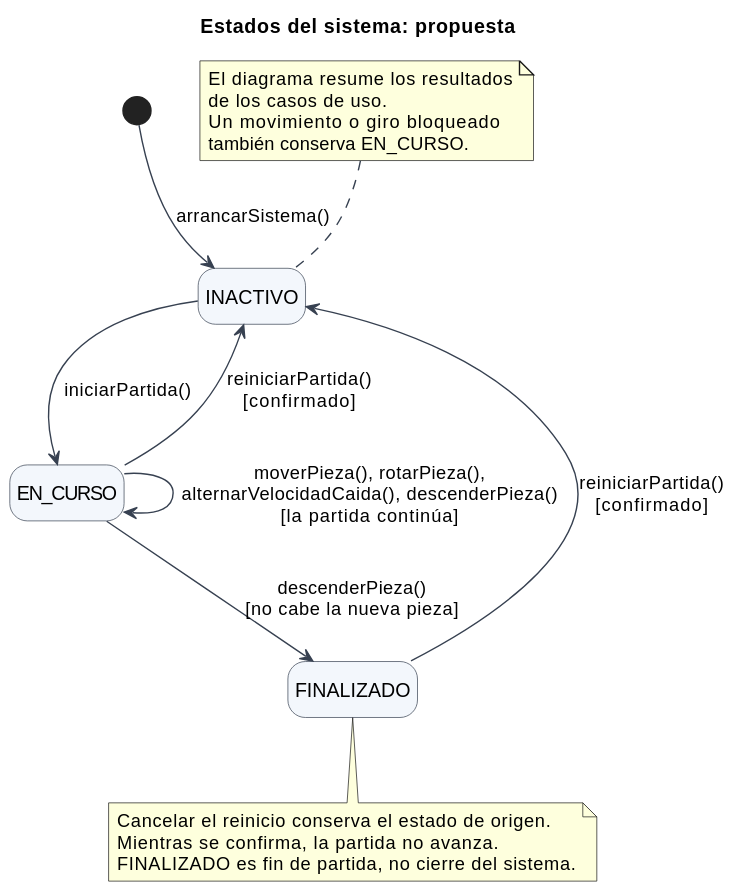
Before: entregas/gonzalezMarcos/images/estados.svg, a diagram exported from PlantUML (mmasias/26-27-idsw1).
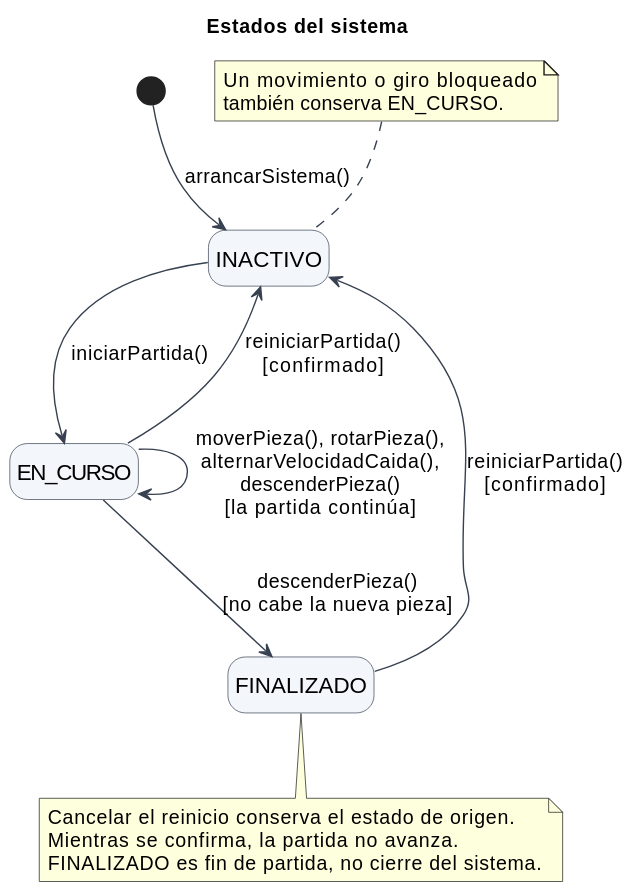
Later version of the same file.

Commit message:
refactor: mejorar navegacion y diagramas

The edit, as a diff of the source:
```diff
@@ -2,12 +2,14 @@
 skinparam backgroundColor white
 skinparam shadowing false
 skinparam defaultFontName SansSerif
+skinparam defaultFontSize 14
+skinparam stateFontSize 16
 skinparam ArrowColor #374151
 skinparam stateBackgroundColor #F3F7FC
 skinparam stateBorderColor #374151
 hide empty description
 
-title Estados del sistema: propuesta
+title Estados del sistema
 
 state INACTIVO
 state EN_CURSO
@@ -15,14 +17,12 @@
 
 [*] -down-> INACTIVO : arrancarSistema()
 INACTIVO -down-> EN_CURSO : iniciarPartida()
-EN_CURSO --> EN_CURSO : moverPieza(), rotarPieza(),\nalternarVelocidadCaida(), descenderPieza()\n[la partida continúa]
+EN_CURSO --> EN_CURSO : moverPieza(), rotarPieza(),\nalternarVelocidadCaida(),\ndescenderPieza()\n[la partida continúa]
 EN_CURSO -down-> FINALIZADO : descenderPieza()\n[no cabe la nueva pieza]
 EN_CURSO -up-> INACTIVO : reiniciarPartida()\n[confirmado]
 FINALIZADO --> INACTIVO : reiniciarPartida()\n[confirmado]
 
 note top of INACTIVO
-  El diagrama resume los resultados
-  de los casos de uso.
   Un movimiento o giro bloqueado
   también conserva EN_CURSO.
 end note
```
